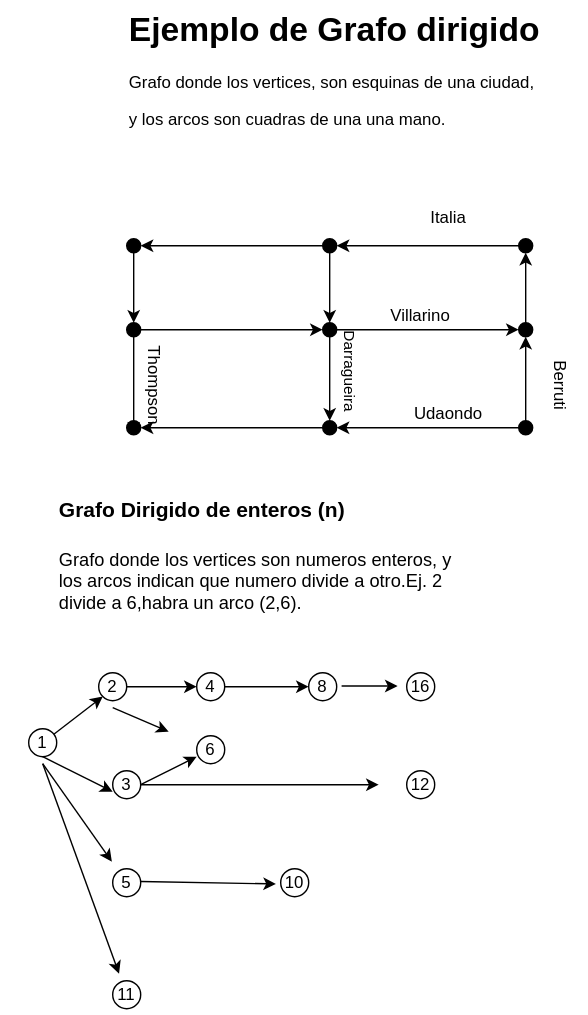
Above: Estructura-de-datos/Grafos/ejemplo-grafodir.drawio.svg in Nordcode-cyber/Algoritmos-Estructdatos (draw.io), before the change. Source tidied: cells renumbered, new cells last; positions are measured from the earlier drawing's top-left corner, leaving out a move shared by most shapes.
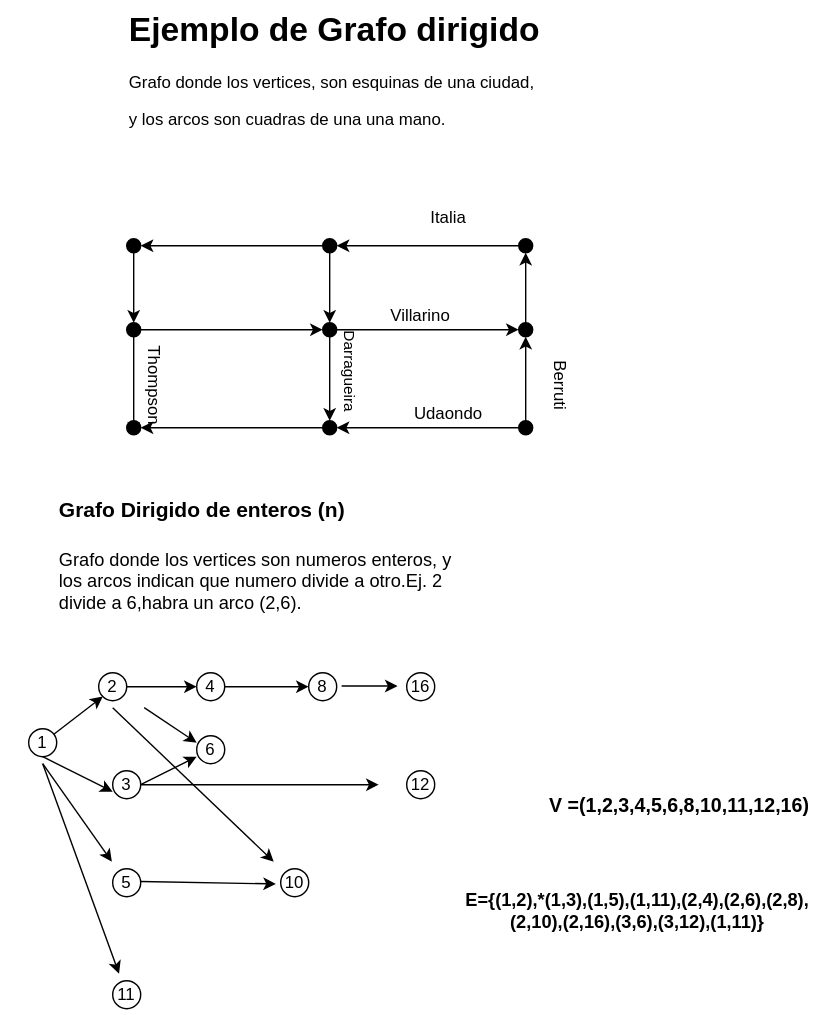
Above is the later version.

Change to the diagram source:
```diff
@@ -179,7 +179,7 @@
     <mxCell id="59" style="endArrow=classic;html=1;" parent="1" edge="1" source="46" target="51">
       <mxGeometry relative="1" as="geometry" />
     </mxCell>
-    <mxCell id="60" style="edgeStyle=none;html=1;exitX=0.5;exitY=1;exitDx=0;exitDy=0;" parent="1" edge="1" source="47" target="52">
+    <mxCell id="60" style="edgeStyle=none;html=1;exitX=0.5;exitY=1;exitDx=0;exitDy=0;entryX=0.25;entryY=0;entryDx=0;entryDy=0;" parent="1" edge="1" source="47" target="56">
       <mxGeometry relative="1" as="geometry" />
     </mxCell>
     <mxCell id="61" style="edgeStyle=none;html=1;exitX=0.5;exitY=1;exitDx=0;exitDy=0;" parent="1" edge="1" source="46" target="57">
@@ -208,5 +208,14 @@
         <mxPoint x="283.5" y="489.5" as="targetPoint" />
       </mxGeometry>
     </mxCell>
+    <mxCell id="66" value="&lt;font style=&quot;font-size: 14px;&quot;&gt;&lt;b&gt;V =(1,2,3,4,5,6,8,10,11,12,16)&lt;/b&gt;&lt;/font&gt;" style="text;html=1;align=center;verticalAlign=middle;whiteSpace=wrap;rounded=0;" parent="1" vertex="1">
+      <mxGeometry x="390" y="560" width="190" height="30" as="geometry" />
+    </mxCell>
+    <mxCell id="67" value="&lt;font style=&quot;font-size: 13px;&quot;&gt;&lt;b style=&quot;&quot;&gt;E={(1,2),*(1,3),(1,5),(1,11),(2,4),(2,6),(2,8),(2,10),(2,16),(3,6),(3,12),(1,11)}&lt;/b&gt;&lt;/font&gt;" style="text;html=1;align=center;verticalAlign=middle;whiteSpace=wrap;rounded=0;" parent="1" vertex="1">
+      <mxGeometry x="320" y="620" width="270" height="60" as="geometry" />
+    </mxCell>
+    <mxCell id="68" style="edgeStyle=none;html=1;entryX=0.333;entryY=0.333;entryDx=0;entryDy=0;entryPerimeter=0;" parent="1" edge="1" source="47" target="52">
+      <mxGeometry relative="1" as="geometry" />
+    </mxCell>
   </root>
 </mxGraphModel>
```
